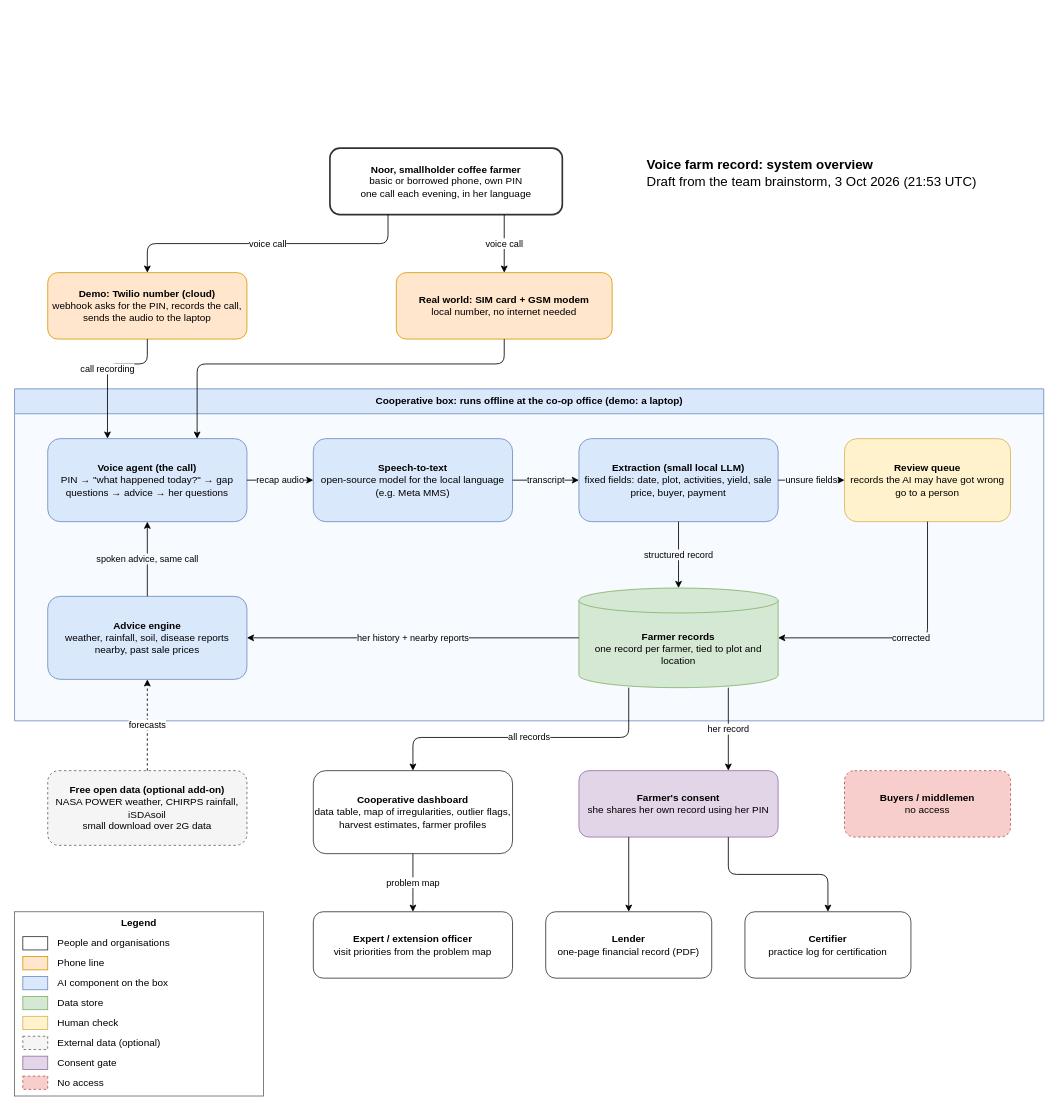
Above: docs/architecture.drawio in jonathanbernsteiner/Hack-Nation_World-Bank-Agriculture-Case (draw.io), before the change. Source tidied: cells renumbered, new cells numbered last; positions are measured from the earlier drawing's top-left corner, leaving out a move shared by most shapes. Both pictures are drawn from the tidied source at 83%, with x=0, y=0 at pixel (14, 148).
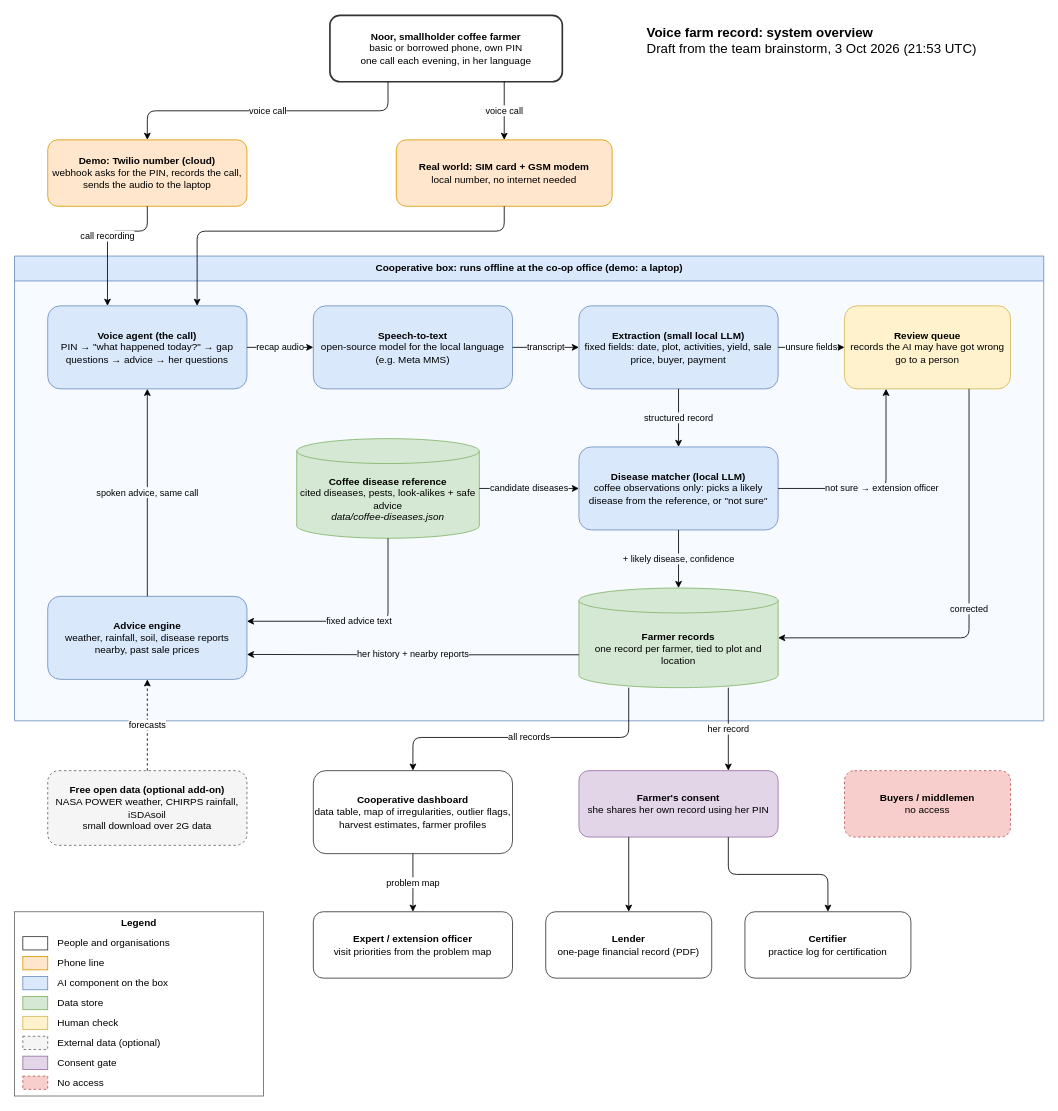
After the change.

Commit message (it also covers changes not shown here):
docs: add disease matcher to architecture diagram

Extraction now passes coffee observations through a disease matcher (local LLM) that picks a likely disease from a cited coffee disease reference (#17), or says "not sure" and sends it to the review queue for the extension officer. The advice engine reads fixed advice text from the same reference.

The change refers to these unchanged cells:
```xml
<mxCell id="7" value="&lt;b&gt;Voice agent (the call)&lt;/b&gt;&lt;br&gt;PIN → &quot;what happened today?&quot; → gap questions → advice → her questions" style="rounded=1;whiteSpace=wrap;html=1;fillColor=#dae8fc;strokeColor=#6c8ebf;" parent="6" vertex="1">
  <mxGeometry x="40" y="60" width="240" height="100" as="geometry" />
</mxCell>
<mxCell id="9" value="&lt;b&gt;Extraction (small local LLM)&lt;/b&gt;&lt;br&gt;fixed fields: date, plot, activities, yield, sale price, buyer, payment" style="rounded=1;whiteSpace=wrap;html=1;fillColor=#dae8fc;strokeColor=#6c8ebf;" parent="6" vertex="1">
  <mxGeometry x="680" y="60" width="240" height="100" as="geometry" />
</mxCell>
<mxCell id="10" value="&lt;b&gt;Review queue&lt;/b&gt;&lt;br&gt;records the AI may have got wrong go to a person" style="rounded=1;whiteSpace=wrap;html=1;fillColor=#fff2cc;strokeColor=#d6b656;" parent="6" vertex="1">
  <mxGeometry x="1000" y="60" width="200" height="100" as="geometry" />
</mxCell>
```

What changed in the source:
```diff
@@
     <mxCell id="2" value="&lt;b&gt;Voice farm record: system overview&lt;/b&gt;&lt;br&gt;Draft from the team brainstorm, 3 Oct 2026 (21:53 UTC)" style="text;html=1;align=left;verticalAlign=middle;fontSize=16;" parent="1" vertex="1">
-      <mxGeometry x="760" width="440" height="60" as="geometry" />
+      <mxGeometry x="760" y="-160" width="440" height="60" as="geometry" />
     </mxCell>
     <mxCell id="3" value="&lt;b&gt;Noor, smallholder coffee farmer&lt;/b&gt;&lt;br&gt;basic or borrowed phone, own PIN&lt;br&gt;one call each evening, in her language" style="rounded=1;whiteSpace=wrap;html=1;fillColor=#ffffff;strokeColor=#333333;strokeWidth=2;" parent="1" vertex="1">
-      <mxGeometry x="380" width="280" height="80" as="geometry" />
+      <mxGeometry x="380" y="-160" width="280" height="80" as="geometry" />
     </mxCell>
     <mxCell id="4" value="&lt;b&gt;Demo: Twilio number (cloud)&lt;/b&gt;&lt;br&gt;webhook asks for the PIN, records the call, sends the audio to the laptop" style="rounded=1;whiteSpace=wrap;html=1;fillColor=#ffe6cc;strokeColor=#d79b00;" parent="1" vertex="1">
-      <mxGeometry x="40" y="150" width="240" height="80" as="geometry" />
+      <mxGeometry x="40" y="-10" width="240" height="80" as="geometry" />
     </mxCell>
     <mxCell id="5" value="&lt;b&gt;Real world: SIM card + GSM modem&lt;/b&gt;&lt;br&gt;local number, no internet needed" style="rounded=1;whiteSpace=wrap;html=1;fillColor=#ffe6cc;strokeColor=#d79b00;" parent="1" vertex="1">
-      <mxGeometry x="460" y="150" width="260" height="80" as="geometry" />
+      <mxGeometry x="460" y="-10" width="260" height="80" as="geometry" />
     </mxCell>
     <mxCell id="6" value="Cooperative box: runs offline at the co-op office (demo: a laptop)" style="swimlane;startSize=30;html=1;fontStyle=1;fillColor=#dae8fc;strokeColor=#6c8ebf;swimlaneFillColor=#f7faff;align=center;" parent="1" vertex="1">
-      <mxGeometry y="290" width="1240" height="400" as="geometry" />
+      <mxGeometry y="130" width="1240" height="560" as="geometry" />
     </mxCell>
@@
     <mxCell id="11" value="&lt;b&gt;Advice engine&lt;/b&gt;&lt;br&gt;weather, rainfall, soil, disease reports nearby, past sale prices" style="rounded=1;whiteSpace=wrap;html=1;fillColor=#dae8fc;strokeColor=#6c8ebf;" parent="6" vertex="1">
-      <mxGeometry x="40" y="250" width="240" height="100" as="geometry" />
+      <mxGeometry x="40" y="410" width="240" height="100" as="geometry" />
     </mxCell>
     <mxCell id="12" value="&lt;b&gt;Farmer records&lt;/b&gt;&lt;br&gt;one record per farmer, tied to plot and location" style="shape=cylinder3;whiteSpace=wrap;html=1;boundedLbl=1;size=15;fillColor=#d5e8d4;strokeColor=#82b366;" parent="6" vertex="1">
-      <mxGeometry x="680" y="240" width="240" height="120" as="geometry" />
+      <mxGeometry x="680" y="400" width="240" height="120" as="geometry" />
     </mxCell>
+    <mxCell id="54" value="&lt;b&gt;Coffee disease reference&lt;/b&gt;&lt;br&gt;cited diseases, pests, look-alikes + safe advice&lt;br&gt;&lt;i&gt;data/coffee-diseases.json&lt;/i&gt;" style="shape=cylinder3;whiteSpace=wrap;html=1;boundedLbl=1;size=15;fillColor=#d5e8d4;strokeColor=#82b366;" parent="6" vertex="1">
+      <mxGeometry x="340" y="220" width="220" height="120" as="geometry" />
+    </mxCell>
+    <mxCell id="55" value="&lt;b&gt;Disease matcher (local LLM)&lt;/b&gt;&lt;br&gt;coffee observations only: picks a likely disease from the reference, or &amp;quot;not sure&amp;quot;" style="rounded=1;whiteSpace=wrap;html=1;fillColor=#dae8fc;strokeColor=#6c8ebf;" parent="6" vertex="1">
+      <mxGeometry x="680" y="230" width="240" height="100" as="geometry" />
+    </mxCell>
@@
     <mxCell id="22" value="call recording" style="edgeStyle=orthogonalEdgeStyle;rounded=1;jettySize=auto;html=1;exitX=0.5;exitY=1;exitDx=0;exitDy=0;entryX=0.3;entryY=0;entryDx=0;entryDy=0;" parent="1" edge="1" source="4" target="7">
       <mxGeometry relative="1" as="geometry">
         <Array as="points">
-          <mxPoint x="160" y="260" />
-          <mxPoint x="112" y="260" />
+          <mxPoint x="160" y="100" />
+          <mxPoint x="112" y="100" />
         </Array>
       </mxGeometry>
     </mxCell>
     <mxCell id="23" style="edgeStyle=orthogonalEdgeStyle;rounded=1;jettySize=auto;html=1;exitX=0.5;exitY=1;exitDx=0;exitDy=0;entryX=0.75;entryY=0;entryDx=0;entryDy=0;" parent="1" edge="1" source="5" target="7">
       <mxGeometry relative="1" as="geometry">
         <Array as="points">
-          <mxPoint x="590" y="260" />
-          <mxPoint x="220" y="260" />
+          <mxPoint x="590" y="100" />
+          <mxPoint x="220" y="100" />
         </Array>
       </mxGeometry>
     </mxCell>
@@
+    <mxCell id="28" value="corrected" style="edgeStyle=orthogonalEdgeStyle;rounded=1;jettySize=auto;html=1;exitX=0.75;exitY=1;exitDx=0;exitDy=0;entryX=1;entryY=0.5;entryDx=0;entryDy=0;labelBackgroundColor=#f7faff;" parent="6" edge="1" source="10" target="12">
+      <mxGeometry relative="1" as="geometry" />
+    </mxCell>
-    <mxCell id="27" value="structured record" style="edgeStyle=orthogonalEdgeStyle;rounded=1;jettySize=auto;html=1;exitX=0.5;exitY=1;exitDx=0;exitDy=0;entryX=0.5;entryY=0;entryDx=0;entryDy=0;labelBackgroundColor=#f7faff;" parent="6" edge="1" source="9" target="12">
+    <mxCell id="27" value="structured record" style="edgeStyle=orthogonalEdgeStyle;rounded=1;jettySize=auto;html=1;labelBackgroundColor=#f7faff;exitX=0.5;exitY=1;exitDx=0;exitDy=0;entryX=0.5;entryY=0;entryDx=0;entryDy=0;" parent="6" edge="1" source="9" target="55">
       <mxGeometry relative="1" as="geometry" />
     </mxCell>
-    <mxCell id="28" value="corrected" style="edgeStyle=orthogonalEdgeStyle;rounded=1;jettySize=auto;html=1;exitX=0.5;exitY=1;exitDx=0;exitDy=0;entryX=1;entryY=0.5;entryDx=0;entryDy=0;labelBackgroundColor=#f7faff;" parent="6" edge="1" source="10" target="12">
-      <mxGeometry relative="1" as="geometry" />
-    </mxCell>
+    <mxCell id="56" value="candidate diseases" style="edgeStyle=orthogonalEdgeStyle;rounded=1;jettySize=auto;html=1;labelBackgroundColor=#f7faff;exitX=1;exitY=0.5;exitDx=0;exitDy=0;entryX=0;entryY=0.5;entryDx=0;entryDy=0;" parent="6" edge="1" source="54" target="55">
+      <mxGeometry relative="1" as="geometry" />
+    </mxCell>
+    <mxCell id="57" value="+ likely disease, confidence" style="edgeStyle=orthogonalEdgeStyle;rounded=1;jettySize=auto;html=1;labelBackgroundColor=#f7faff;exitX=0.5;exitY=1;exitDx=0;exitDy=0;entryX=0.5;entryY=0;entryDx=0;entryDy=0;" parent="6" edge="1" source="55" target="12">
+      <mxGeometry relative="1" as="geometry" />
+    </mxCell>
+    <mxCell id="58" value="not sure → extension officer" style="edgeStyle=orthogonalEdgeStyle;rounded=1;jettySize=auto;html=1;labelBackgroundColor=#f7faff;exitX=1;exitY=0.5;exitDx=0;exitDy=0;entryX=0.25;entryY=1;entryDx=0;entryDy=0;" parent="6" edge="1" source="55" target="10">
+      <mxGeometry relative="1" as="geometry" />
+    </mxCell>
+    <mxCell id="59" value="fixed advice text" style="edgeStyle=orthogonalEdgeStyle;rounded=1;jettySize=auto;html=1;labelBackgroundColor=#f7faff;exitX=0.5;exitY=1;exitDx=0;exitDy=0;entryX=1;entryY=0.3;entryDx=0;entryDy=0;" parent="6" edge="1" source="54" target="11">
+      <mxGeometry relative="1" as="geometry" />
+    </mxCell>
-    <mxCell id="29" value="her history + nearby reports" style="edgeStyle=orthogonalEdgeStyle;rounded=1;jettySize=auto;html=1;exitX=0;exitY=0.5;exitDx=0;exitDy=0;entryX=1;entryY=0.5;entryDx=0;entryDy=0;labelBackgroundColor=#f7faff;" parent="6" edge="1" source="12" target="11">
+    <mxCell id="29" value="her history + nearby reports" style="edgeStyle=orthogonalEdgeStyle;rounded=1;jettySize=auto;html=1;exitX=0;exitY=0.67;exitDx=0;exitDy=0;entryX=1;entryY=0.7;entryDx=0;entryDy=0;labelBackgroundColor=#f7faff;" parent="6" edge="1" source="12" target="11">
       <mxGeometry relative="1" as="geometry" />
     </mxCell>
```
